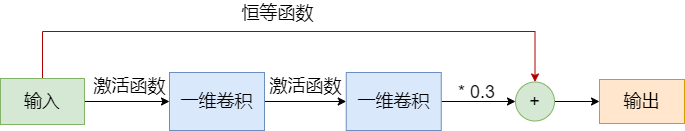
Above: relnet-structure.drawio.png in lakomi/pictures (draw.io), before the change. Source tidied: cells renumbered, new cells last; positions are measured from the earlier drawing's top-left corner, leaving out a move shared by most shapes.
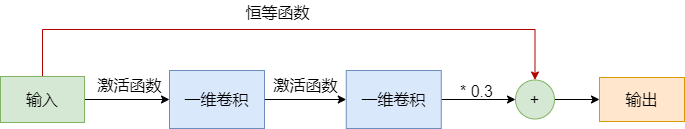
The same file after the commit.

Diff of the diagram source:
```diff
@@ -2,10 +2,10 @@
   <root>
     <mxCell id="0" />
     <mxCell id="1" parent="0" />
-    <mxCell id="2" style="edgeStyle=orthogonalEdgeStyle;rounded=0;jettySize=auto;html=1;exitX=1;exitY=0.5;exitDx=0;exitDy=0;fontSize=18;" parent="1" edge="1" source="4" target="6">
+    <mxCell id="2" style="edgeStyle=orthogonalEdgeStyle;rounded=0;jettySize=auto;html=1;exitX=1;exitY=0.5;exitDx=0;exitDy=0;fontSize=16;" parent="1" edge="1" source="4" target="6">
       <mxGeometry relative="1" as="geometry" />
     </mxCell>
-    <mxCell id="3" style="edgeStyle=orthogonalEdgeStyle;rounded=0;jettySize=auto;html=1;exitX=0.5;exitY=0;exitDx=0;exitDy=0;entryX=0.5;entryY=0;entryDx=0;entryDy=0;fontSize=18;fillColor=#e51400;strokeColor=#B20000;" parent="1" edge="1" source="4" target="10">
+    <mxCell id="3" style="edgeStyle=orthogonalEdgeStyle;rounded=0;jettySize=auto;html=1;exitX=0.5;exitY=0;exitDx=0;exitDy=0;entryX=0.5;entryY=0;entryDx=0;entryDy=0;fontSize=16;fillColor=#e51400;strokeColor=#B20000;" parent="1" edge="1" source="4" target="10">
       <mxGeometry relative="1" as="geometry">
         <Array as="points">
           <mxPoint x="42" y="31" />
@@ -13,41 +13,41 @@
         </Array>
       </mxGeometry>
     </mxCell>
-    <mxCell id="4" value="输入" style="rounded=0;whiteSpace=wrap;html=1;fontSize=18;fillColor=#d5e8d4;strokeColor=#82b366;" parent="1" vertex="1">
+    <mxCell id="4" value="输入" style="rounded=0;whiteSpace=wrap;html=1;fontSize=16;fillColor=#d5e8d4;strokeColor=#82b366;" parent="1" vertex="1">
       <mxGeometry y="78" width="84" height="46" as="geometry" />
     </mxCell>
-    <mxCell id="5" style="edgeStyle=orthogonalEdgeStyle;rounded=0;jettySize=auto;html=1;exitX=1;exitY=0.5;exitDx=0;exitDy=0;entryX=0;entryY=0.5;entryDx=0;entryDy=0;fontSize=18;" parent="1" edge="1" source="6" target="8">
+    <mxCell id="5" style="edgeStyle=orthogonalEdgeStyle;rounded=0;jettySize=auto;html=1;exitX=1;exitY=0.5;exitDx=0;exitDy=0;entryX=0;entryY=0.5;entryDx=0;entryDy=0;fontSize=16;" parent="1" edge="1" source="6" target="8">
       <mxGeometry relative="1" as="geometry" />
     </mxCell>
-    <mxCell id="6" value="一维卷积" style="rounded=0;whiteSpace=wrap;html=1;fontSize=18;fillColor=#dae8fc;strokeColor=#6c8ebf;" parent="1" vertex="1">
+    <mxCell id="6" value="一维卷积" style="rounded=0;whiteSpace=wrap;html=1;fontSize=16;fillColor=#dae8fc;strokeColor=#6c8ebf;" parent="1" vertex="1">
       <mxGeometry x="169" y="72" width="95" height="58" as="geometry" />
     </mxCell>
-    <mxCell id="7" style="edgeStyle=orthogonalEdgeStyle;rounded=0;jettySize=auto;html=1;exitX=1;exitY=0.5;exitDx=0;exitDy=0;fontSize=18;" parent="1" edge="1" source="8" target="10">
+    <mxCell id="7" style="edgeStyle=orthogonalEdgeStyle;rounded=0;jettySize=auto;html=1;exitX=1;exitY=0.5;exitDx=0;exitDy=0;fontSize=16;" parent="1" edge="1" source="8" target="10">
       <mxGeometry relative="1" as="geometry" />
     </mxCell>
-    <mxCell id="8" value="一维卷积" style="rounded=0;whiteSpace=wrap;html=1;fontSize=18;fillColor=#dae8fc;strokeColor=#6c8ebf;" parent="1" vertex="1">
+    <mxCell id="8" value="一维卷积" style="rounded=0;whiteSpace=wrap;html=1;fontSize=16;fillColor=#dae8fc;strokeColor=#6c8ebf;" parent="1" vertex="1">
       <mxGeometry x="345.8" y="72" width="95" height="58" as="geometry" />
     </mxCell>
-    <mxCell id="9" style="edgeStyle=orthogonalEdgeStyle;rounded=0;jettySize=auto;html=1;exitX=1;exitY=0.5;exitDx=0;exitDy=0;fontSize=18;" parent="1" edge="1" source="10" target="11">
+    <mxCell id="9" style="edgeStyle=orthogonalEdgeStyle;rounded=0;jettySize=auto;html=1;exitX=1;exitY=0.5;exitDx=0;exitDy=0;fontSize=16;" parent="1" edge="1" source="10" target="11">
       <mxGeometry relative="1" as="geometry" />
     </mxCell>
-    <mxCell id="10" value="+" style="ellipse;whiteSpace=wrap;html=1;fontSize=18;fillColor=#d5e8d4;strokeColor=#82b366;" parent="1" vertex="1">
+    <mxCell id="10" value="+" style="ellipse;whiteSpace=wrap;html=1;fontSize=16;fillColor=#d5e8d4;strokeColor=#82b366;" parent="1" vertex="1">
       <mxGeometry x="515" y="81.5" width="39" height="39" as="geometry" />
     </mxCell>
-    <mxCell id="11" value="输出" style="rounded=0;whiteSpace=wrap;html=1;fontSize=18;fillColor=#ffe6cc;strokeColor=#d79b00;" parent="1" vertex="1">
+    <mxCell id="11" value="输出" style="rounded=0;whiteSpace=wrap;html=1;fontSize=16;fillColor=#ffe6cc;strokeColor=#d79b00;" parent="1" vertex="1">
       <mxGeometry x="599" y="79" width="85" height="44" as="geometry" />
     </mxCell>
-    <mxCell id="12" value="* 0.3" style="text;html=1;align=center;verticalAlign=middle;strokeColor=none;fillColor=none;fontSize=18;" parent="1" vertex="1">
-      <mxGeometry x="452" y="79" width="47" height="26" as="geometry" />
+    <mxCell id="12" value="* 0.3" style="text;html=1;align=center;verticalAlign=middle;strokeColor=none;fillColor=none;fontSize=16;" parent="1" vertex="1">
+      <mxGeometry x="454" y="81" width="43" height="23" as="geometry" />
     </mxCell>
-    <mxCell id="13" value="激活函数" style="text;html=1;align=center;verticalAlign=middle;strokeColor=none;fillColor=none;fontSize=18;" parent="1" vertex="1">
-      <mxGeometry x="88" y="73" width="82" height="26" as="geometry" />
+    <mxCell id="13" value="激活函数" style="text;html=1;align=center;verticalAlign=middle;strokeColor=none;fillColor=none;fontSize=16;" parent="1" vertex="1">
+      <mxGeometry x="92" y="75" width="74" height="23" as="geometry" />
     </mxCell>
-    <mxCell id="14" value="激活函数" style="text;html=1;align=center;verticalAlign=middle;strokeColor=none;fillColor=none;fontSize=18;" parent="1" vertex="1">
-      <mxGeometry x="264" y="73" width="82" height="26" as="geometry" />
+    <mxCell id="14" value="激活函数" style="text;html=1;align=center;verticalAlign=middle;strokeColor=none;fillColor=none;fontSize=16;" parent="1" vertex="1">
+      <mxGeometry x="268" y="75" width="74" height="23" as="geometry" />
     </mxCell>
-    <mxCell id="15" value="恒等函数" style="text;html=1;align=center;verticalAlign=middle;strokeColor=none;fillColor=none;fontSize=18;" parent="1" vertex="1">
-      <mxGeometry x="236" width="82" height="26" as="geometry" />
+    <mxCell id="15" value="恒等函数" style="text;html=1;align=center;verticalAlign=middle;strokeColor=none;fillColor=none;fontSize=16;" parent="1" vertex="1">
+      <mxGeometry x="240" y="2" width="74" height="23" as="geometry" />
     </mxCell>
   </root>
 </mxGraphModel>
```
